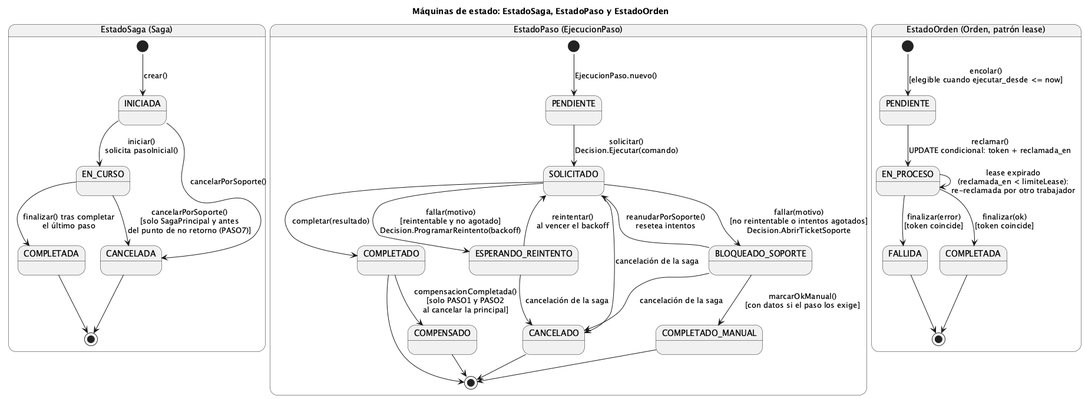
Before: order-manager/docs/13-maquinas-de-estado.png, a diagram exported from PlantUML (ralcazar/patrones). The source it was exported from:
```plantuml
@startuml 13-maquinas-de-estado
title Máquinas de estado: EstadoSaga, EstadoPaso y EstadoOrden
!pragma layout smetana

state "EstadoSaga (Saga)" as MSaga {
  state INICIADA
  state EN_CURSO
  state COMPLETADA
  state CANCELADA

  [*] --> INICIADA : crear()
  INICIADA --> EN_CURSO : iniciar()\nsolicita pasoInicial()
  EN_CURSO --> COMPLETADA : finalizar() tras completar\nel último paso
  INICIADA --> CANCELADA : cancelarPorSoporte()
  EN_CURSO --> CANCELADA : cancelarPorSoporte()\n[solo SagaPrincipal y antes\ndel punto de no retorno (PASO7)]
  COMPLETADA --> [*]
  CANCELADA --> [*]
}

state "EstadoPaso (EjecucionPaso)" as MPaso {
  state PENDIENTE
  state SOLICITADO
  state ESPERANDO_REINTENTO
  state BLOQUEADO_SOPORTE
  state COMPLETADO
  state COMPLETADO_MANUAL
  state CANCELADO
  state COMPENSADO

  [*] --> PENDIENTE : EjecucionPaso.nuevo()
  PENDIENTE --> SOLICITADO : solicitar()\nDecision.Ejecutar(comando)
  SOLICITADO --> COMPLETADO : completar(resultado)
  SOLICITADO --> ESPERANDO_REINTENTO : fallar(motivo)\n[reintentable y no agotado]\nDecision.ProgramarReintento(backoff)
  SOLICITADO --> BLOQUEADO_SOPORTE : fallar(motivo)\n[no reintentable o intentos agotados]\nDecision.AbrirTicketSoporte
  ESPERANDO_REINTENTO --> SOLICITADO : reintentar()\nal vencer el backoff
  BLOQUEADO_SOPORTE --> SOLICITADO : reanudarPorSoporte()\nresetea intentos
  BLOQUEADO_SOPORTE --> COMPLETADO_MANUAL : marcarOkManual()\n[con datos si el paso los exige]
  SOLICITADO --> CANCELADO : cancelación de la saga
  ESPERANDO_REINTENTO --> CANCELADO : cancelación de la saga
  BLOQUEADO_SOPORTE --> CANCELADO : cancelación de la saga
  COMPLETADO --> COMPENSADO : compensacionCompletada()\n[solo PASO1 y PASO2\nal cancelar la principal]

  COMPLETADO --> [*]
  COMPLETADO_MANUAL --> [*]
  CANCELADO --> [*]
  COMPENSADO --> [*]
}

state "EstadoOrden (Orden, patrón lease)" as MOrden {
  state PENDIENTE_O as "PENDIENTE"
  state EN_PROCESO
  state COMPLETADA_O as "COMPLETADA"
  state FALLIDA

  [*] --> PENDIENTE_O : encolar()\n[elegible cuando ejecutar_desde <= now]
  PENDIENTE_O --> EN_PROCESO : reclamar()\nUPDATE condicional: token + reclamada_en
  EN_PROCESO --> EN_PROCESO : lease expirado\n(reclamada_en < limiteLease):\nre-reclamada por otro trabajador
  EN_PROCESO --> COMPLETADA_O : finalizar(ok)\n[token coincide]
  EN_PROCESO --> FALLIDA : finalizar(error)\n[token coincide]
  COMPLETADA_O --> [*]
  FALLIDA --> [*]
}

@enduml
```
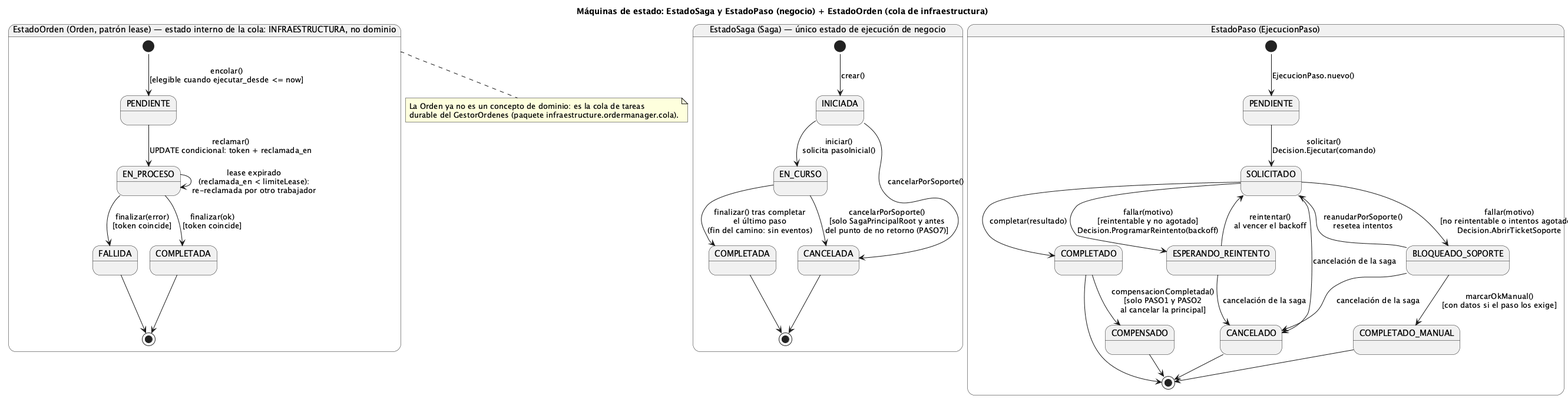
After the commit.

Change to the diagram source:
```diff
@@ -1,8 +1,8 @@
 @startuml 13-maquinas-de-estado
-title Máquinas de estado: EstadoSaga, EstadoPaso y EstadoOrden
+title Máquinas de estado: EstadoSaga y EstadoPaso (negocio) + EstadoOrden (cola de infraestructura)
 !pragma layout smetana
 
-state "EstadoSaga (Saga)" as MSaga {
+state "EstadoSaga (Saga) — único estado de ejecución de negocio" as MSaga {
   state INICIADA
   state EN_CURSO
   state COMPLETADA
@@ -10,9 +10,9 @@
 
   [*] --> INICIADA : crear()
   INICIADA --> EN_CURSO : iniciar()\nsolicita pasoInicial()
-  EN_CURSO --> COMPLETADA : finalizar() tras completar\nel último paso
+  EN_CURSO --> COMPLETADA : finalizar() tras completar\nel último paso\n(fin del camino: sin eventos)
   INICIADA --> CANCELADA : cancelarPorSoporte()
-  EN_CURSO --> CANCELADA : cancelarPorSoporte()\n[solo SagaPrincipal y antes\ndel punto de no retorno (PASO7)]
+  EN_CURSO --> CANCELADA : cancelarPorSoporte()\n[solo SagaPrincipalRoot y antes\ndel punto de no retorno (PASO7)]
   COMPLETADA --> [*]
   CANCELADA --> [*]
 }
@@ -46,7 +46,7 @@
   COMPENSADO --> [*]
 }
 
-state "EstadoOrden (Orden, patrón lease)" as MOrden {
+state "EstadoOrden (Orden, patrón lease) — estado interno de la cola: INFRAESTRUCTURA, no dominio" as MOrden {
   state PENDIENTE_O as "PENDIENTE"
   state EN_PROCESO
   state COMPLETADA_O as "COMPLETADA"
@@ -61,4 +61,9 @@
   FALLIDA --> [*]
 }
 
+note bottom of MOrden
+  La Orden ya no es un concepto de dominio: es la cola de tareas
+  durable del GestorOrdenes (paquete infraestructure.ordermanager.cola).
+end note
+
 @enduml
```
